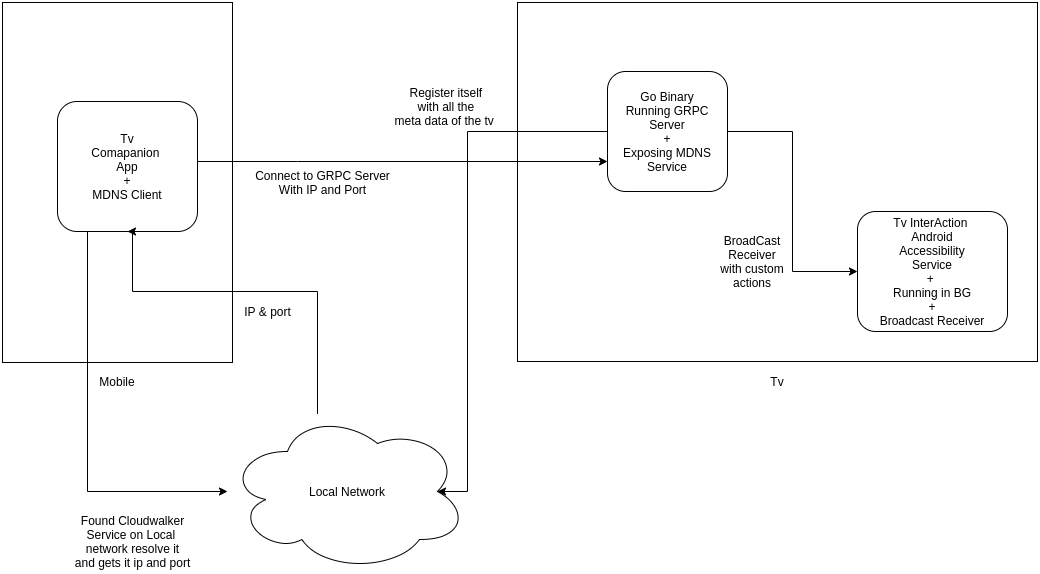
The draw.io diagram image.png in transavro/TvInteraction, before a commit. Source tidied: cells renumbered, new cells last; positions are measured from the earlier drawing's top-left corner, leaving out a move shared by most shapes. The source it was exported from:
```xml
<mxGraphModel>
  <root>
    <mxCell id="0" />
    <mxCell id="1" parent="0" />
    <mxCell id="2" style="rounded=0;whiteSpace=wrap;html=1;" parent="1" vertex="1">
      <mxGeometry width="230" height="360" as="geometry" />
    </mxCell>
    <mxCell id="3" style="edgeStyle=orthogonalEdgeStyle;rounded=0;jettySize=auto;html=1;" parent="1" edge="1" source="4" target="13">
      <mxGeometry relative="1" as="geometry">
        <Array as="points">
          <mxPoint x="85" y="489" />
        </Array>
      </mxGeometry>
    </mxCell>
    <mxCell id="4" value="Tv&lt;br&gt;Comapanion &lt;br&gt;App&lt;br&gt;+&lt;br&gt;MDNS Client" style="rounded=1;whiteSpace=wrap;html=1;" parent="1" vertex="1">
      <mxGeometry x="55" y="99" width="140" height="130" as="geometry" />
    </mxCell>
    <mxCell id="5" value="Mobile" style="text;html=1;strokeColor=none;fillColor=none;align=center;verticalAlign=middle;whiteSpace=wrap;rounded=0;" parent="1" vertex="1">
      <mxGeometry x="95" y="369" width="40" height="20" as="geometry" />
    </mxCell>
    <mxCell id="6" style="rounded=0;whiteSpace=wrap;html=1;" parent="1" vertex="1">
      <mxGeometry x="515" width="520" height="359" as="geometry" />
    </mxCell>
    <mxCell id="7" value="Tv" style="text;html=1;strokeColor=none;fillColor=none;align=center;verticalAlign=middle;whiteSpace=wrap;rounded=0;" parent="1" vertex="1">
      <mxGeometry x="755" y="369" width="40" height="20" as="geometry" />
    </mxCell>
    <mxCell id="8" style="edgeStyle=orthogonalEdgeStyle;rounded=0;jettySize=auto;html=1;exitX=0;exitY=0.5;exitDx=0;exitDy=0;entryX=0.875;entryY=0.5;entryDx=0;entryDy=0;entryPerimeter=0;" parent="1" edge="1" source="10" target="13">
      <mxGeometry relative="1" as="geometry">
        <Array as="points">
          <mxPoint x="465" y="129" />
          <mxPoint x="465" y="489" />
        </Array>
      </mxGeometry>
    </mxCell>
    <mxCell id="9" style="edgeStyle=orthogonalEdgeStyle;rounded=0;jettySize=auto;html=1;entryX=0;entryY=0.5;entryDx=0;entryDy=0;" parent="1" edge="1" source="10" target="11">
      <mxGeometry relative="1" as="geometry" />
    </mxCell>
    <mxCell id="10" value="Go Binary&lt;br&gt;Running GRPC Server&lt;br&gt;+&lt;br&gt;Exposing MDNS&lt;br&gt;Service" style="rounded=1;whiteSpace=wrap;html=1;" parent="1" vertex="1">
      <mxGeometry x="605" y="69" width="120" height="120" as="geometry" />
    </mxCell>
    <mxCell id="11" value="Tv InterAction&amp;nbsp;&lt;br&gt;Android&lt;br&gt;Accessibility&lt;br&gt;Service&lt;br&gt;+&amp;nbsp;&lt;br&gt;Running in BG&lt;br&gt;+&lt;br&gt;Broadcast Receiver" style="rounded=1;whiteSpace=wrap;html=1;" parent="1" vertex="1">
      <mxGeometry x="855" y="209" width="150" height="120" as="geometry" />
    </mxCell>
    <mxCell id="12" style="edgeStyle=orthogonalEdgeStyle;rounded=0;jettySize=auto;html=1;entryX=0.5;entryY=1;entryDx=0;entryDy=0;" parent="1" edge="1" source="13" target="4">
      <mxGeometry relative="1" as="geometry">
        <Array as="points">
          <mxPoint x="315" y="289" />
          <mxPoint x="130" y="289" />
        </Array>
      </mxGeometry>
    </mxCell>
    <mxCell id="13" value="Local Network&lt;br&gt;" style="ellipse;shape=cloud;whiteSpace=wrap;html=1;" parent="1" vertex="1">
      <mxGeometry x="225" y="409" width="240" height="160" as="geometry" />
    </mxCell>
    <mxCell id="14" value="Register itself &lt;br&gt;with all the &lt;br&gt;meta data of the tv&amp;nbsp;&amp;nbsp;" style="text;html=1;align=center;verticalAlign=middle;" parent="1" vertex="1">
      <mxGeometry x="385" y="79" width="120" height="50" as="geometry" />
    </mxCell>
    <mxCell id="15" value="Found Cloudwalker&lt;br&gt;Service on Local&amp;nbsp;&lt;br&gt;network resolve it&lt;br&gt;and gets it ip and port&lt;br&gt;" style="text;html=1;align=center;verticalAlign=middle;" parent="1" vertex="1">
      <mxGeometry x="65" y="509" width="130" height="60" as="geometry" />
    </mxCell>
    <mxCell id="16" value="IP &amp;amp; port&amp;nbsp; &amp;nbsp;" style="text;html=1;align=center;verticalAlign=middle;" parent="1" vertex="1">
      <mxGeometry x="235" y="299" width="70" height="20" as="geometry" />
    </mxCell>
    <mxCell id="17" style="edgeStyle=orthogonalEdgeStyle;rounded=0;jettySize=auto;html=1;entryX=0;entryY=0.75;entryDx=0;entryDy=0;" parent="1" edge="1" source="4" target="10">
      <mxGeometry relative="1" as="geometry">
        <Array as="points">
          <mxPoint x="295" y="159" />
          <mxPoint x="295" y="159" />
        </Array>
      </mxGeometry>
    </mxCell>
    <mxCell id="18" value="Connect to GRPC Server&lt;br&gt;With IP and Port" style="text;html=1;align=center;verticalAlign=middle;" parent="1" vertex="1">
      <mxGeometry x="245" y="165" width="150" height="30" as="geometry" />
    </mxCell>
    <mxCell id="19" value="BroadCast Receiver with custom actions" style="text;html=1;strokeColor=none;fillColor=none;align=center;verticalAlign=middle;whiteSpace=wrap;rounded=0;" parent="1" vertex="1">
      <mxGeometry x="715" y="249" width="70" height="20" as="geometry" />
    </mxCell>
  </root>
</mxGraphModel>
```
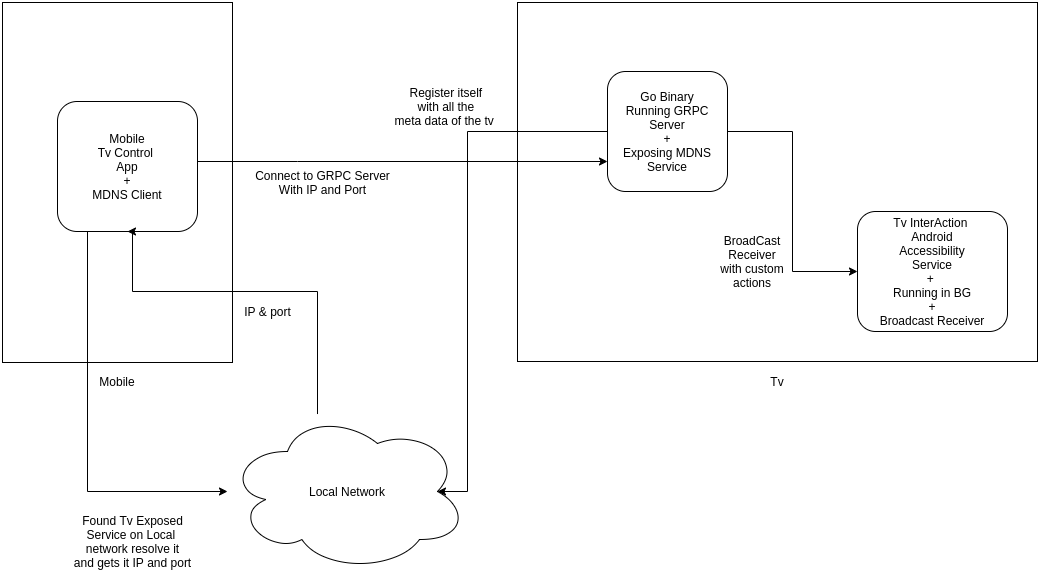
After the change.

Change to the diagram source:
```diff
@@ -12,7 +12,7 @@
         </Array>
       </mxGeometry>
     </mxCell>
-    <mxCell id="4" value="Tv&lt;br&gt;Comapanion &lt;br&gt;App&lt;br&gt;+&lt;br&gt;MDNS Client" style="rounded=1;whiteSpace=wrap;html=1;" parent="1" vertex="1">
+    <mxCell id="4" value="Mobile&lt;br&gt;Tv Control&amp;nbsp;&lt;br&gt;App&lt;br&gt;+&lt;br&gt;MDNS Client" style="rounded=1;whiteSpace=wrap;html=1;" parent="1" vertex="1">
       <mxGeometry x="55" y="99" width="140" height="130" as="geometry" />
     </mxCell>
     <mxCell id="5" value="Mobile" style="text;html=1;strokeColor=none;fillColor=none;align=center;verticalAlign=middle;whiteSpace=wrap;rounded=0;" parent="1" vertex="1">
@@ -55,7 +55,7 @@
     <mxCell id="14" value="Register itself &lt;br&gt;with all the &lt;br&gt;meta data of the tv&amp;nbsp;&amp;nbsp;" style="text;html=1;align=center;verticalAlign=middle;" parent="1" vertex="1">
       <mxGeometry x="385" y="79" width="120" height="50" as="geometry" />
     </mxCell>
-    <mxCell id="15" value="Found Cloudwalker&lt;br&gt;Service on Local&amp;nbsp;&lt;br&gt;network resolve it&lt;br&gt;and gets it ip and port&lt;br&gt;" style="text;html=1;align=center;verticalAlign=middle;" parent="1" vertex="1">
+    <mxCell id="15" value="Found Tv Exposed&lt;br&gt;Service on Local&amp;nbsp;&lt;br&gt;network resolve it&lt;br&gt;and gets it IP and port" style="text;html=1;align=center;verticalAlign=middle;" parent="1" vertex="1">
       <mxGeometry x="65" y="509" width="130" height="60" as="geometry" />
     </mxCell>
     <mxCell id="16" value="IP &amp;amp; port&amp;nbsp; &amp;nbsp;" style="text;html=1;align=center;verticalAlign=middle;" parent="1" vertex="1">
```
